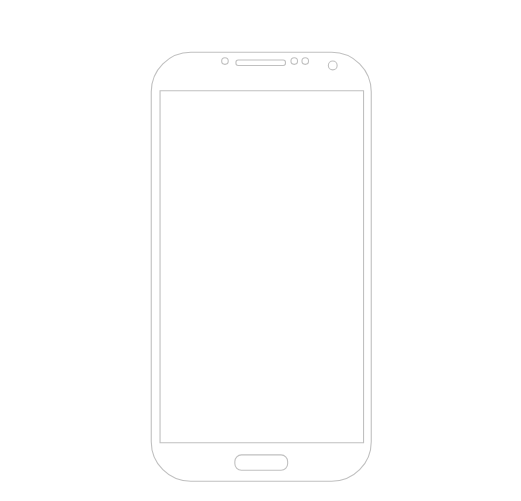
Before: Untitled Diagram.drawio in claudiaamorosi/2020-5Binf-esercitazione, a draw.io diagram. Source tidied: cells renumbered, new cells numbered last; positions are measured from the earlier drawing's top-left corner, leaving out a move shared by most shapes. Both pictures are drawn from the tidied source at 110%, with x=0, y=0 at pixel (151, 52).
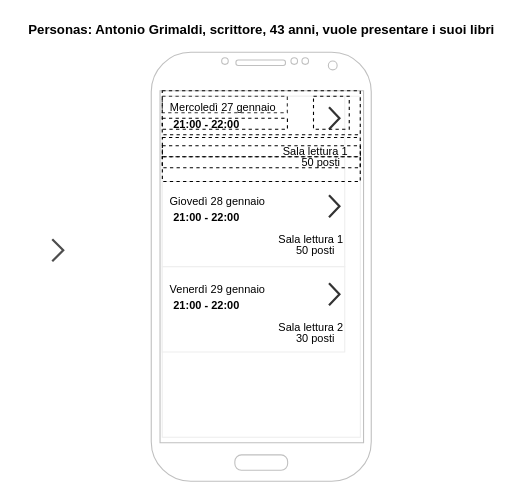
The same page after the edit.

Diff of the diagram source:
```diff
@@
+    <mxCell id="3" style="strokeWidth=1;html=1;shadow=0;dashed=0;shape=mxgraph.android.rrect;rSize=0;strokeColor=#eeeeee;fillColor=#ffffff;gradientColor=none;" parent="1" vertex="1">
+      <mxGeometry x="10" y="40" width="180.1" height="310" as="geometry" />
+    </mxCell>
+    <mxCell id="4" style="strokeColor=inherit;fillColor=inherit;gradientColor=inherit;strokeWidth=1;html=1;shadow=0;dashed=0;shape=mxgraph.android.rrect;rSize=0;align=left;spacingLeft=10;fontSize=8;fontColor=#333333;" parent="3" vertex="1">
+      <mxGeometry width="165.9" height="77.5" as="geometry" />
+    </mxCell>
+    <mxCell id="5" style="strokeColor=inherit;fillColor=inherit;gradientColor=inherit;strokeWidth=1;html=1;shadow=0;dashed=0;shape=mxgraph.android.rrect;rSize=0;align=left;spacingLeft=10;fontSize=8;fontColor=#333333;" parent="3" vertex="1">
+      <mxGeometry y="77.5" width="165.9" height="77.5" as="geometry" />
+    </mxCell>
+    <mxCell id="6" style="strokeColor=inherit;fillColor=inherit;gradientColor=inherit;strokeWidth=1;html=1;shadow=0;dashed=0;shape=mxgraph.android.rrect;rSize=0;align=left;spacingLeft=10;fontSize=8;fontColor=#333333;" parent="3" vertex="1">
+      <mxGeometry y="155" width="165.9" height="77.5" as="geometry" />
+    </mxCell>
+    <mxCell id="7" value="&lt;h5&gt;&lt;font style=&quot;font-weight: normal ; font-size: 10px&quot;&gt;Mercoledì 27 gennaio&lt;/font&gt;&lt;/h5&gt;" style="text;html=1;align=center;verticalAlign=middle;" parent="3" vertex="1">
+      <mxGeometry x="0.1" y="-15" width="110" height="50" as="geometry" />
+    </mxCell>
+    <mxCell id="8" value="&lt;font style=&quot;font-size: 10px&quot;&gt;&lt;b&gt;21:00 - 22:00&lt;/b&gt;&lt;/font&gt;" style="text;html=1;align=center;verticalAlign=middle;" parent="3" vertex="1">
+      <mxGeometry x="0.1" y="15" width="80" height="20" as="geometry" />
+    </mxCell>
+    <mxCell id="9" value="&lt;font style=&quot;font-size: 10px&quot;&gt;Sala lettura 1&lt;/font&gt;" style="text;html=1;align=center;verticalAlign=middle;" parent="3" vertex="1">
+      <mxGeometry x="104.2" y="40" width="70" height="20" as="geometry" />
+    </mxCell>
+    <mxCell id="10" value="&lt;font style=&quot;font-size: 10px&quot;&gt;50 posti&lt;/font&gt;" style="text;html=1;align=center;verticalAlign=middle;" parent="3" vertex="1">
+      <mxGeometry x="118.6" y="50" width="50" height="20" as="geometry" />
+    </mxCell>
+    <mxCell id="11" value="&lt;h5&gt;&lt;font style=&quot;font-weight: normal ; font-size: 10px&quot;&gt;Giovedì 28 gennaio&lt;/font&gt;&lt;/h5&gt;" style="text;html=1;align=center;verticalAlign=middle;" parent="3" vertex="1">
+      <mxGeometry x="0.1" y="70" width="100" height="50" as="geometry" />
+    </mxCell>
+    <mxCell id="12" value="&lt;b style=&quot;font-size: 10px&quot;&gt;21:00 - 22:00&lt;/b&gt;" style="text;html=1;align=center;verticalAlign=middle;" parent="3" vertex="1">
+      <mxGeometry x="0.1" y="100" width="80" height="20" as="geometry" />
+    </mxCell>
+    <mxCell id="13" value="&lt;h5&gt;&lt;font style=&quot;font-weight: normal ; font-size: 10px&quot;&gt;Venerdì 29 gennaio&lt;/font&gt;&lt;/h5&gt;" style="text;html=1;align=center;verticalAlign=middle;" parent="3" vertex="1">
+      <mxGeometry y="150" width="100" height="50" as="geometry" />
+    </mxCell>
+    <mxCell id="14" value="&lt;b style=&quot;font-size: 10px&quot;&gt;21:00 - 22:00&lt;/b&gt;" style="text;html=1;align=center;verticalAlign=middle;" parent="3" vertex="1">
+      <mxGeometry y="180" width="80" height="20" as="geometry" />
+    </mxCell>
+    <mxCell id="15" value="&lt;font style=&quot;font-size: 10px&quot;&gt;Sala lettura 2&lt;/font&gt;" style="text;html=1;align=center;verticalAlign=middle;" parent="3" vertex="1">
+      <mxGeometry x="99.6" y="200" width="70" height="20" as="geometry" />
+    </mxCell>
+    <mxCell id="16" value="&lt;font style=&quot;font-size: 10px&quot;&gt;Sala lettura 1&lt;/font&gt;" style="text;html=1;align=center;verticalAlign=middle;" parent="3" vertex="1">
+      <mxGeometry x="99.6" y="120" width="70" height="20" as="geometry" />
+    </mxCell>
+    <mxCell id="17" value="&lt;font style=&quot;font-size: 10px&quot;&gt;50 posti&lt;/font&gt;" style="text;html=1;align=center;verticalAlign=middle;" parent="3" vertex="1">
+      <mxGeometry x="113.7" y="130" width="50" height="20" as="geometry" />
+    </mxCell>
+    <mxCell id="18" value="&lt;font style=&quot;font-size: 10px&quot;&gt;30 posti&lt;/font&gt;" style="text;html=1;align=center;verticalAlign=middle;" parent="3" vertex="1">
+      <mxGeometry x="113.7" y="210" width="50" height="20" as="geometry" />
+    </mxCell>
+    <mxCell id="19" style="html=1;verticalLabelPosition=bottom;labelBackgroundColor=#ffffff;verticalAlign=top;shadow=0;dashed=0;strokeWidth=2;shape=mxgraph.ios7.misc.right;strokeColor=#333333;" parent="3" vertex="1">
+      <mxGeometry x="151.6" y="170" width="9.5" height="20" as="geometry" />
+    </mxCell>
+    <mxCell id="20" style="html=1;verticalLabelPosition=bottom;labelBackgroundColor=#ffffff;verticalAlign=top;shadow=0;dashed=0;strokeWidth=2;shape=mxgraph.ios7.misc.right;strokeColor=#333333;" parent="3" vertex="1">
+      <mxGeometry x="151.6" y="10" width="9.5" height="20" as="geometry" />
+    </mxCell>
+    <mxCell id="21" style="html=1;verticalLabelPosition=bottom;labelBackgroundColor=#ffffff;verticalAlign=top;shadow=0;dashed=0;strokeWidth=2;shape=mxgraph.ios7.misc.right;strokeColor=#333333;" parent="3" vertex="1">
+      <mxGeometry x="151.6" y="90" width="9.5" height="20" as="geometry" />
+    </mxCell>
+    <mxCell id="22" style="rounded=0;whiteSpace=wrap;html=1;dashed=1;strokeColor=#333333;fillColor=none;" parent="3" vertex="1">
+      <mxGeometry width="113.7" height="15" as="geometry" />
+    </mxCell>
+    <mxCell id="23" style="rounded=0;whiteSpace=wrap;html=1;dashed=1;fillColor=none;" parent="3" vertex="1">
+      <mxGeometry x="0.1" y="20" width="113.7" height="10" as="geometry" />
+    </mxCell>
+    <mxCell id="24" style="rounded=0;whiteSpace=wrap;html=1;dashed=1;strokeColor=#000000;fillColor=none;" parent="3" vertex="1">
+      <mxGeometry y="-5" width="180" height="40" as="geometry" />
+    </mxCell>
+    <mxCell id="25" style="rounded=0;whiteSpace=wrap;html=1;dashed=1;strokeColor=#000000;fillColor=none;" parent="3" vertex="1">
+      <mxGeometry x="137.5" width="32.5" height="30" as="geometry" />
+    </mxCell>
+    <mxCell id="26" style="rounded=0;whiteSpace=wrap;html=1;dashed=1;strokeColor=#000000;fillColor=none;" parent="3" vertex="1">
+      <mxGeometry x="0.1" y="37.5" width="179.9" height="40" as="geometry" />
+    </mxCell>
+    <mxCell id="27" style="rounded=0;whiteSpace=wrap;html=1;dashed=1;strokeColor=#000000;fillColor=none;" parent="3" vertex="1">
+      <mxGeometry x="0.1" y="45" width="180" height="10" as="geometry" />
+    </mxCell>
+    <mxCell id="28" style="rounded=0;whiteSpace=wrap;html=1;dashed=1;strokeColor=#000000;fillColor=none;" parent="3" vertex="1">
+      <mxGeometry y="55" width="180" height="10" as="geometry" />
+    </mxCell>
+    <mxCell id="29" value="&lt;b&gt;Personas: Antonio Grimaldi, scrittore, 43 anni, vuole presentare i suoi libri&lt;/b&gt;" style="text;html=1;align=center;verticalAlign=middle;" parent="1" vertex="1">
+      <mxGeometry x="-120" y="-30" width="440" height="20" as="geometry" />
+    </mxCell>
+    <mxCell id="30" style="html=1;verticalLabelPosition=bottom;labelBackgroundColor=#ffffff;verticalAlign=top;shadow=0;dashed=0;strokeWidth=2;shape=mxgraph.ios7.misc.right;strokeColor=#4D4D4D;" parent="1" vertex="1">
+      <mxGeometry x="-90" y="170" width="10" height="20" as="geometry" />
+    </mxCell>
```
